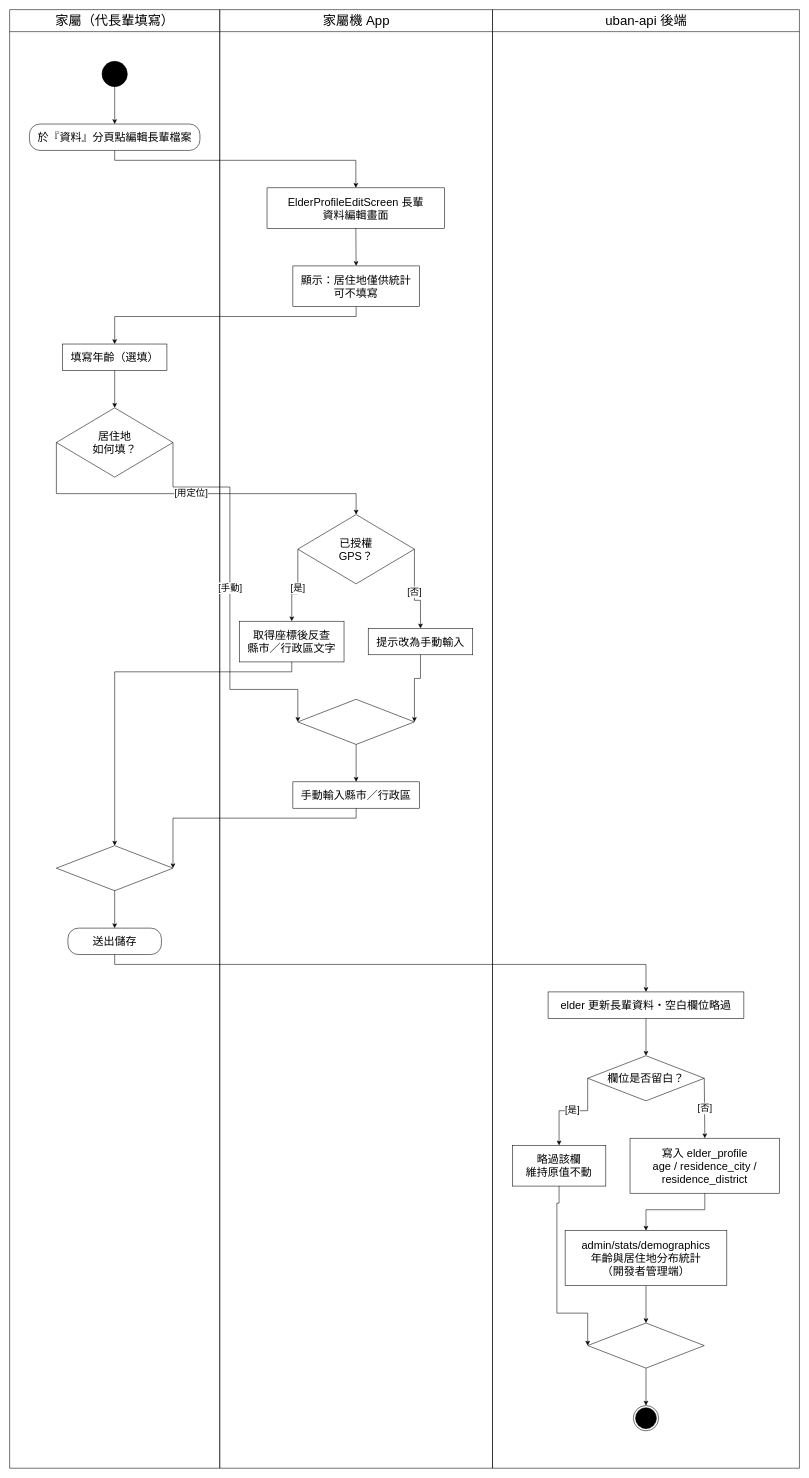
Before: Uban System Documents/drawio圖/A11-個人資料（長輩）.drawio in HuangYu-Kai/Uban, a draw.io diagram. Source tidied: cells renumbered, new cells numbered last; positions are measured from the earlier drawing's top-left corner, leaving out a move shared by most shapes. Both pictures are drawn from the tidied source at 55%, with x=0, y=0 at pixel (9, 9).
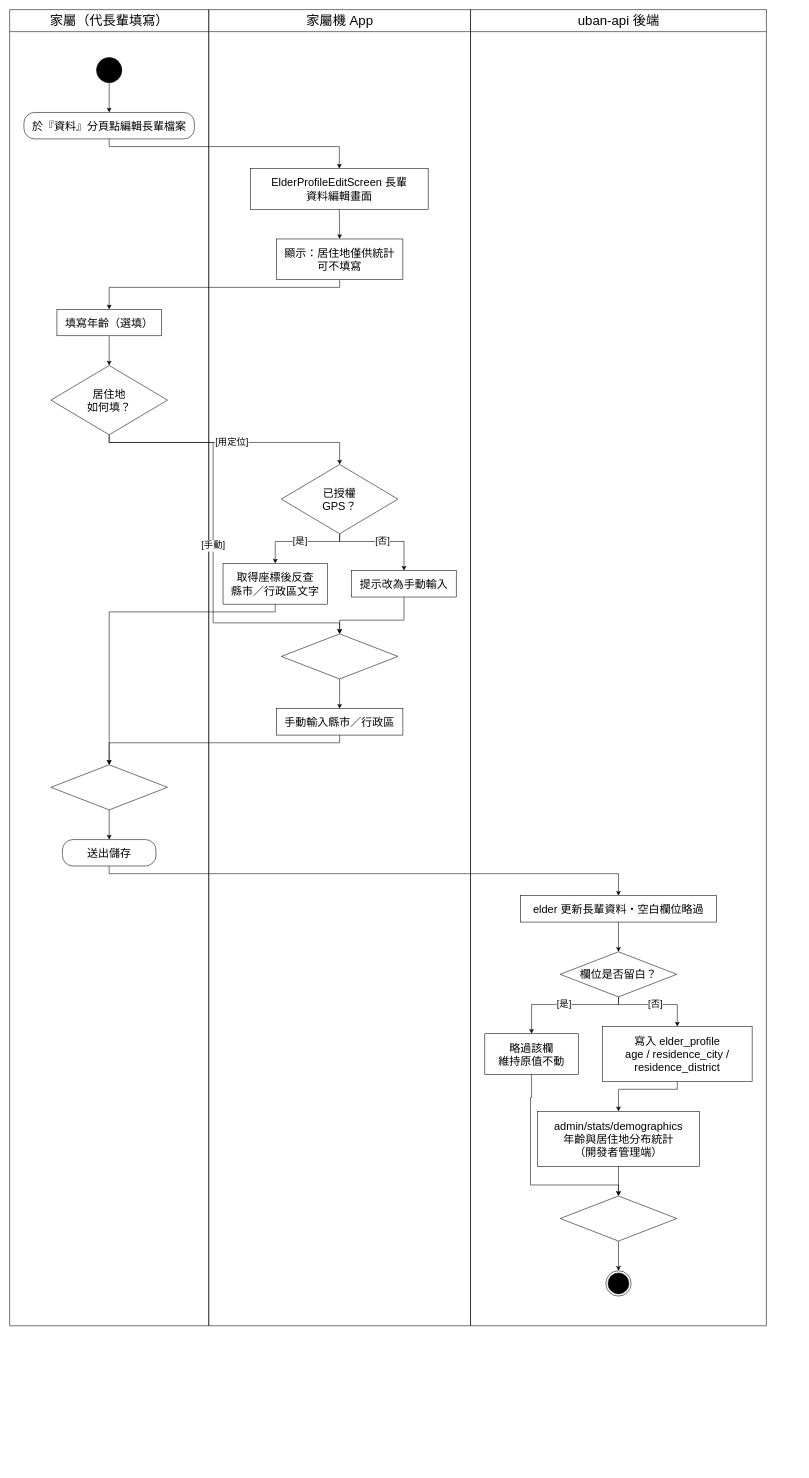
The same page after the edit.

The edit, as a diff of the source:
```diff
@@
     <mxCell id="2" value="家屬（代長輩填寫）" style="swimlane;html=1;horizontal=1;startSize=40;fillColor=none;strokeColor=#000000;fontSize=24;fontColor=#000000;fontStyle=0;swimlaneFillColor=none;" parent="1" vertex="1">
-      <mxGeometry width="382" height="2652" as="geometry" />
+      <mxGeometry width="362" height="2393" as="geometry" />
     </mxCell>
     <mxCell id="3" value="家屬機 App" style="swimlane;html=1;horizontal=1;startSize=40;fillColor=none;strokeColor=#000000;fontSize=24;fontColor=#000000;fontStyle=0;swimlaneFillColor=none;" parent="1" vertex="1">
-      <mxGeometry x="382" width="496" height="2652" as="geometry" />
+      <mxGeometry x="362" width="476" height="2393" as="geometry" />
     </mxCell>
     <mxCell id="4" value="uban-api 後端" style="swimlane;html=1;horizontal=1;startSize=40;fillColor=none;strokeColor=#000000;fontSize=24;fontColor=#000000;fontStyle=0;swimlaneFillColor=none;" parent="1" vertex="1">
-      <mxGeometry x="878" width="558" height="2652" as="geometry" />
+      <mxGeometry x="838" width="538" height="2393" as="geometry" />
     </mxCell>
     <mxCell id="5" style="ellipse;html=1;fillColor=#000000;strokeColor=#000000;" parent="2" vertex="1">
-      <mxGeometry x="168" y="94" width="46" height="46" as="geometry" />
+      <mxGeometry x="158" y="87" width="46" height="46" as="geometry" />
     </mxCell>
     <mxCell id="6" value="於『資料』分頁點編輯長輩檔案" style="rounded=1;arcSize=40;whiteSpace=wrap;html=1;fillColor=#FFFFFF;strokeColor=#000000;fontSize=20;fontColor=#000000;" parent="2" vertex="1">
-      <mxGeometry x="36" y="208" width="310" height="48" as="geometry" />
+      <mxGeometry x="26" y="187" width="310" height="48" as="geometry" />
     </mxCell>
     <mxCell id="7" value="填寫年齡（選填）" style="rounded=0;whiteSpace=wrap;html=1;fillColor=#FFFFFF;strokeColor=#000000;fontSize=20;fontColor=#000000;" parent="2" vertex="1">
-      <mxGeometry x="96" y="608" width="190" height="48" as="geometry" />
+      <mxGeometry x="86" y="545" width="190" height="48" as="geometry" />
     </mxCell>
     <mxCell id="8" value="居住地&lt;br&gt;如何填？" style="rhombus;whiteSpace=wrap;html=1;fillColor=#FFFFFF;strokeColor=#000000;fontSize=20;fontColor=#000000;" parent="2" vertex="1">
-      <mxGeometry x="85" y="724" width="212" height="126" as="geometry" />
+      <mxGeometry x="75" y="647" width="212" height="126" as="geometry" />
     </mxCell>
     <mxCell id="9" value="送出儲存" style="rounded=1;arcSize=40;whiteSpace=wrap;html=1;fillColor=#FFFFFF;strokeColor=#000000;fontSize=20;fontColor=#000000;" parent="2" vertex="1">
-      <mxGeometry x="106" y="1670" width="170" height="48" as="geometry" />
+      <mxGeometry x="96" y="1509" width="170" height="48" as="geometry" />
     </mxCell>
     <mxCell id="10" style="rhombus;whiteSpace=wrap;html=1;fillColor=#FFFFFF;strokeColor=#000000;fontSize=20;fontColor=#000000;" parent="2" vertex="1">
-      <mxGeometry x="85" y="1520" width="212" height="82" as="geometry" />
+      <mxGeometry x="75" y="1373" width="212" height="82" as="geometry" />
     </mxCell>
     <mxCell id="11" value="ElderProfileEditScreen 長輩&lt;br&gt;資料編輯畫面" style="rounded=0;whiteSpace=wrap;html=1;fillColor=#FFFFFF;strokeColor=#000000;fontSize=20;fontColor=#000000;" parent="3" vertex="1">
-      <mxGeometry x="86" y="324" width="323" height="74" as="geometry" />
+      <mxGeometry x="76" y="289" width="323" height="74" as="geometry" />
     </mxCell>
     <mxCell id="12" value="手動輸入縣市／行政區" style="rounded=0;whiteSpace=wrap;html=1;fillColor=#FFFFFF;strokeColor=#000000;fontSize=20;fontColor=#000000;" parent="3" vertex="1">
-      <mxGeometry x="133" y="1404" width="230" height="48" as="geometry" />
+      <mxGeometry x="123" y="1271" width="230" height="48" as="geometry" />
     </mxCell>
     <mxCell id="13" value="已授權&lt;br&gt;GPS？" style="rhombus;whiteSpace=wrap;html=1;fillColor=#FFFFFF;strokeColor=#000000;fontSize=20;fontColor=#000000;" parent="3" vertex="1">
-      <mxGeometry x="142" y="918" width="212" height="126" as="geometry" />
+      <mxGeometry x="132" y="827" width="212" height="126" as="geometry" />
     </mxCell>
     <mxCell id="14" value="取得座標後反查&lt;br&gt;縣市／行政區文字" style="rounded=0;whiteSpace=wrap;html=1;fillColor=#FFFFFF;strokeColor=#000000;fontSize=20;fontColor=#000000;" parent="3" vertex="1">
-      <mxGeometry x="36" y="1112" width="190" height="74" as="geometry" />
+      <mxGeometry x="26" y="1007" width="190" height="74" as="geometry" />
     </mxCell>
     <mxCell id="15" value="提示改為手動輸入" style="rounded=0;whiteSpace=wrap;html=1;fillColor=#FFFFFF;strokeColor=#000000;fontSize=20;fontColor=#000000;" parent="3" vertex="1">
-      <mxGeometry x="270" y="1125" width="190" height="48" as="geometry" />
+      <mxGeometry x="260" y="1020" width="190" height="48" as="geometry" />
     </mxCell>
     <mxCell id="16" value="顯示：居住地僅供統計&lt;br&gt;可不填寫" style="rounded=0;whiteSpace=wrap;html=1;fillColor=#FFFFFF;strokeColor=#000000;fontSize=20;fontColor=#000000;" parent="3" vertex="1">
-      <mxGeometry x="133" y="466" width="230" height="74" as="geometry" />
+      <mxGeometry x="123" y="417" width="230" height="74" as="geometry" />
     </mxCell>
     <mxCell id="17" style="rhombus;whiteSpace=wrap;html=1;fillColor=#FFFFFF;strokeColor=#000000;fontSize=20;fontColor=#000000;" parent="3" vertex="1">
-      <mxGeometry x="142" y="1254" width="212" height="82" as="geometry" />
+      <mxGeometry x="132" y="1135" width="212" height="82" as="geometry" />
     </mxCell>
     <mxCell id="18" value="elder 更新長輩資料・空白欄位略過" style="rounded=0;whiteSpace=wrap;html=1;fillColor=#FFFFFF;strokeColor=#000000;fontSize=20;fontColor=#000000;" parent="4" vertex="1">
-      <mxGeometry x="101" y="1786" width="356" height="48" as="geometry" />
+      <mxGeometry x="91" y="1611" width="356" height="48" as="geometry" />
     </mxCell>
     <mxCell id="19" value="欄位是否留白？" style="rhombus;whiteSpace=wrap;html=1;fillColor=#FFFFFF;strokeColor=#000000;fontSize=20;fontColor=#000000;" parent="4" vertex="1">
-      <mxGeometry x="173" y="1902" width="212" height="82" as="geometry" />
+      <mxGeometry x="163" y="1713" width="212" height="82" as="geometry" />
     </mxCell>
     <mxCell id="20" value="略過該欄&lt;br&gt;維持原值不動" style="rounded=0;whiteSpace=wrap;html=1;fillColor=#FFFFFF;strokeColor=#000000;fontSize=20;fontColor=#000000;" parent="4" vertex="1">
-      <mxGeometry x="36" y="2065" width="170" height="74" as="geometry" />
+      <mxGeometry x="26" y="1862" width="170" height="74" as="geometry" />
     </mxCell>
     <mxCell id="21" value="寫入 elder_profile&lt;br&gt;age / residence_city /&lt;br&gt;residence_district" style="rounded=0;whiteSpace=wrap;html=1;fillColor=#FFFFFF;strokeColor=#000000;fontSize=20;fontColor=#000000;" parent="4" vertex="1">
-      <mxGeometry x="250" y="2052" width="272" height="100" as="geometry" />
+      <mxGeometry x="240" y="1849" width="272" height="100" as="geometry" />
     </mxCell>
     <mxCell id="22" value="admin/stats/demographics&lt;br&gt;年齡與居住地分布統計&lt;br&gt;（開發者管理端）" style="rounded=0;whiteSpace=wrap;html=1;fillColor=#FFFFFF;strokeColor=#000000;fontSize=20;fontColor=#000000;" parent="4" vertex="1">
-      <mxGeometry x="132" y="2220" width="294" height="100" as="geometry" />
+      <mxGeometry x="122" y="2003" width="294" height="100" as="geometry" />
     </mxCell>
     <mxCell id="23" style="rhombus;whiteSpace=wrap;html=1;fillColor=#FFFFFF;strokeColor=#000000;fontSize=20;fontColor=#000000;" parent="4" vertex="1">
-      <mxGeometry x="173" y="2388" width="212" height="82" as="geometry" />
+      <mxGeometry x="163" y="2157" width="212" height="82" as="geometry" />
     </mxCell>
     <mxCell id="24" style="ellipse;html=1;shape=endState;fillColor=#000000;strokeColor=#000000;" parent="4" vertex="1">
-      <mxGeometry x="256" y="2538" width="46" height="46" as="geometry" />
+      <mxGeometry x="246" y="2293" width="46" height="46" as="geometry" />
     </mxCell>
@@
     <mxCell id="26" style="edgeStyle=none;rounded=0;html=1;strokeColor=#000000;fontSize=17;fontColor=#000000;labelBackgroundColor=#FFFFFF;endArrow=classic;endFill=1;exitPerimeter=0;entryPerimeter=0;exitX=0.5;exitY=1;exitDx=0;exitDy=0;entryX=0.5;entryY=0;entryDx=0;entryDy=0;" parent="1" edge="1" source="6" target="11">
       <mxGeometry relative="1" as="geometry">
         <Array as="points">
-          <mxPoint x="191" y="274" />
-          <mxPoint x="629.5" y="274" />
+          <mxPoint x="181" y="249" />
+          <mxPoint x="599.5" y="249" />
         </Array>
       </mxGeometry>
     </mxCell>
@@
     <mxCell id="28" style="edgeStyle=none;rounded=0;html=1;strokeColor=#000000;fontSize=17;fontColor=#000000;labelBackgroundColor=#FFFFFF;endArrow=classic;endFill=1;exitPerimeter=0;entryPerimeter=0;exitX=0.5;exitY=1;exitDx=0;exitDy=0;entryX=0.5;entryY=0;entryDx=0;entryDy=0;" parent="1" edge="1" source="16" target="7">
       <mxGeometry relative="1" as="geometry">
         <Array as="points">
-          <mxPoint x="630" y="558" />
-          <mxPoint x="191" y="558" />
+          <mxPoint x="600" y="505" />
+          <mxPoint x="181" y="505" />
         </Array>
       </mxGeometry>
     </mxCell>
@@
-    <mxCell id="30" value="[手動]" style="edgeStyle=none;rounded=0;html=1;strokeColor=#000000;fontSize=17;fontColor=#000000;labelBackgroundColor=#FFFFFF;endArrow=classic;endFill=1;exitPerimeter=0;entryPerimeter=0;exitX=1;exitY=0.5;exitDx=0;exitDy=0;entryX=0;entryY=0.5;entryDx=0;entryDy=0;" parent="1" edge="1" source="8" target="17">
+    <mxCell id="30" value="[手動]" style="edgeStyle=none;rounded=0;html=1;strokeColor=#000000;fontSize=17;fontColor=#000000;labelBackgroundColor=#FFFFFF;endArrow=classic;endFill=1;exitPerimeter=0;entryPerimeter=0;exitX=0.5;exitY=1;exitDx=0;exitDy=0;entryX=0.5;entryY=0;entryDx=0;entryDy=0;" parent="1" edge="1" source="8" target="17">
       <mxGeometry relative="1" as="geometry">
         <Array as="points">
-          <mxPoint x="297" y="868" />
-          <mxPoint x="400.5" y="868" />
-          <mxPoint x="400.5" y="1236" />
-          <mxPoint x="524" y="1236" />
+          <mxPoint x="181" y="787" />
+          <mxPoint x="370" y="787" />
+          <mxPoint x="370" y="1115" />
+          <mxPoint x="600" y="1115" />
         </Array>
       </mxGeometry>
     </mxCell>
-    <mxCell id="31" style="edgeStyle=none;rounded=0;html=1;strokeColor=#000000;fontSize=17;fontColor=#000000;labelBackgroundColor=#FFFFFF;endArrow=classic;endFill=1;exitPerimeter=0;entryPerimeter=0;exitX=0.5;exitY=1;exitDx=0;exitDy=0;entryX=1;entryY=0.5;entryDx=0;entryDy=0;" parent="1" edge="1" source="12" target="10">
+    <mxCell id="31" style="edgeStyle=none;rounded=0;html=1;strokeColor=#000000;fontSize=17;fontColor=#000000;labelBackgroundColor=#FFFFFF;endArrow=classic;endFill=1;exitPerimeter=0;entryPerimeter=0;exitX=0.5;exitY=1;exitDx=0;exitDy=0;entryX=0.5;entryY=0;entryDx=0;entryDy=0;" parent="1" edge="1" source="12" target="10">
       <mxGeometry relative="1" as="geometry">
         <Array as="points">
-          <mxPoint x="630" y="1470" />
-          <mxPoint x="297" y="1470" />
+          <mxPoint x="600" y="1333" />
+          <mxPoint x="181" y="1333" />
         </Array>
       </mxGeometry>
     </mxCell>
-    <mxCell id="32" value="[用定位]" style="edgeStyle=none;rounded=0;html=1;strokeColor=#000000;fontSize=17;fontColor=#000000;labelBackgroundColor=#FFFFFF;endArrow=classic;endFill=1;exitPerimeter=0;entryPerimeter=0;exitX=0;exitY=0.5;exitDx=0;exitDy=0;entryX=0.5;entryY=0;entryDx=0;entryDy=0;" parent="1" edge="1" source="8" target="13">
+    <mxCell id="32" value="[用定位]" style="edgeStyle=none;rounded=0;html=1;strokeColor=#000000;fontSize=17;fontColor=#000000;labelBackgroundColor=#FFFFFF;endArrow=classic;endFill=1;exitPerimeter=0;entryPerimeter=0;exitX=0.5;exitY=1;exitDx=0;exitDy=0;entryX=0.5;entryY=0;entryDx=0;entryDy=0;" parent="1" edge="1" source="8" target="13">
       <mxGeometry relative="1" as="geometry">
         <Array as="points">
-          <mxPoint x="85" y="880" />
-          <mxPoint x="630" y="880" />
+          <mxPoint x="181" y="787" />
+          <mxPoint x="600" y="787" />
         </Array>
       </mxGeometry>
     </mxCell>
-    <mxCell id="33" value="[是]" style="edgeStyle=none;rounded=0;html=1;strokeColor=#000000;fontSize=17;fontColor=#000000;labelBackgroundColor=#FFFFFF;endArrow=classic;endFill=1;exitPerimeter=0;entryPerimeter=0;exitX=0;exitY=0.5;exitDx=0;exitDy=0;entryX=0.5;entryY=0;entryDx=0;entryDy=0;" parent="1" edge="1" source="13" target="14">
+    <mxCell id="33" value="[是]" style="edgeStyle=none;rounded=0;html=1;strokeColor=#000000;fontSize=17;fontColor=#000000;labelBackgroundColor=#FFFFFF;endArrow=classic;endFill=1;exitPerimeter=0;entryPerimeter=0;exitX=0.5;exitY=1;exitDx=0;exitDy=0;entryX=0.5;entryY=0;entryDx=0;entryDy=0;" parent="1" edge="1" source="13" target="14">
       <mxGeometry relative="1" as="geometry">
         <Array as="points">
-          <mxPoint x="524" y="1062" />
-          <mxPoint x="513" y="1062" />
+          <mxPoint x="600" y="967" />
+          <mxPoint x="483" y="967" />
         </Array>
       </mxGeometry>
     </mxCell>
     <mxCell id="34" style="edgeStyle=none;rounded=0;html=1;strokeColor=#000000;fontSize=17;fontColor=#000000;labelBackgroundColor=#FFFFFF;endArrow=classic;endFill=1;exitPerimeter=0;entryPerimeter=0;exitX=0.5;exitY=1;exitDx=0;exitDy=0;entryX=0.5;entryY=0;entryDx=0;entryDy=0;" parent="1" edge="1" source="14" target="10">
       <mxGeometry relative="1" as="geometry">
         <Array as="points">
-          <mxPoint x="513" y="1204" />
-          <mxPoint x="191" y="1204" />
+          <mxPoint x="483" y="1095" />
+          <mxPoint x="181" y="1095" />
         </Array>
       </mxGeometry>
     </mxCell>
-    <mxCell id="35" value="[否]" style="edgeStyle=none;rounded=0;html=1;strokeColor=#000000;fontSize=17;fontColor=#000000;labelBackgroundColor=#FFFFFF;endArrow=classic;endFill=1;exitPerimeter=0;entryPerimeter=0;exitX=1;exitY=0.5;exitDx=0;exitDy=0;entryX=0.5;entryY=0;entryDx=0;entryDy=0;" parent="1" edge="1" source="13" target="15">
+    <mxCell id="35" value="[否]" style="edgeStyle=none;rounded=0;html=1;strokeColor=#000000;fontSize=17;fontColor=#000000;labelBackgroundColor=#FFFFFF;endArrow=classic;endFill=1;exitPerimeter=0;entryPerimeter=0;exitX=0.5;exitY=1;exitDx=0;exitDy=0;entryX=0.5;entryY=0;entryDx=0;entryDy=0;" parent="1" edge="1" source="13" target="15">
       <mxGeometry relative="1" as="geometry">
         <Array as="points">
-          <mxPoint x="736" y="1074" />
-          <mxPoint x="747" y="1074" />
+          <mxPoint x="600" y="967" />
+          <mxPoint x="717" y="967" />
         </Array>
       </mxGeometry>
     </mxCell>
-    <mxCell id="36" style="edgeStyle=none;rounded=0;html=1;strokeColor=#000000;fontSize=17;fontColor=#000000;labelBackgroundColor=#FFFFFF;endArrow=classic;endFill=1;exitPerimeter=0;entryPerimeter=0;exitX=0.5;exitY=1;exitDx=0;exitDy=0;entryX=1;entryY=0.5;entryDx=0;entryDy=0;" parent="1" edge="1" source="15" target="17">
+    <mxCell id="36" style="edgeStyle=none;rounded=0;html=1;strokeColor=#000000;fontSize=17;fontColor=#000000;labelBackgroundColor=#FFFFFF;endArrow=classic;endFill=1;exitPerimeter=0;entryPerimeter=0;exitX=0.5;exitY=1;exitDx=0;exitDy=0;entryX=0.5;entryY=0;entryDx=0;entryDy=0;" parent="1" edge="1" source="15" target="17">
       <mxGeometry relative="1" as="geometry">
         <Array as="points">
-          <mxPoint x="747" y="1216" />
-          <mxPoint x="736" y="1216" />
+          <mxPoint x="717" y="1110" />
+          <mxPoint x="600" y="1110" />
         </Array>
       </mxGeometry>
     </mxCell>
     <mxCell id="37" style="edgeStyle=none;rounded=0;html=1;strokeColor=#000000;fontSize=17;fontColor=#000000;labelBackgroundColor=#FFFFFF;endArrow=classic;endFill=1;exitPerimeter=0;entryPerimeter=0;exitX=0.5;exitY=1;exitDx=0;exitDy=0;entryX=0.5;entryY=0;entryDx=0;entryDy=0;" parent="1" edge="1" source="9" target="18">
       <mxGeometry relative="1" as="geometry">
         <Array as="points">
-          <mxPoint x="191" y="1736" />
-          <mxPoint x="1157" y="1736" />
+          <mxPoint x="181" y="1571" />
+          <mxPoint x="1107" y="1571" />
         </Array>
       </mxGeometry>
     </mxCell>
@@
-    <mxCell id="39" value="[是]" style="edgeStyle=none;rounded=0;html=1;strokeColor=#000000;fontSize=17;fontColor=#000000;labelBackgroundColor=#FFFFFF;endArrow=classic;endFill=1;exitPerimeter=0;entryPerimeter=0;exitX=0;exitY=0.5;exitDx=0;exitDy=0;entryX=0.5;entryY=0;entryDx=0;entryDy=0;" parent="1" edge="1" source="19" target="20">
+    <mxCell id="39" value="[是]" style="edgeStyle=none;rounded=0;html=1;strokeColor=#000000;fontSize=17;fontColor=#000000;labelBackgroundColor=#FFFFFF;endArrow=classic;endFill=1;exitPerimeter=0;entryPerimeter=0;exitX=0.5;exitY=1;exitDx=0;exitDy=0;entryX=0.5;entryY=0;entryDx=0;entryDy=0;" parent="1" edge="1" source="19" target="20">
       <mxGeometry relative="1" as="geometry">
         <Array as="points">
-          <mxPoint x="1051" y="2002" />
-          <mxPoint x="999" y="2002" />
+          <mxPoint x="1107" y="1809" />
+          <mxPoint x="949" y="1809" />
         </Array>
       </mxGeometry>
     </mxCell>
-    <mxCell id="40" value="[否]" style="edgeStyle=none;rounded=0;html=1;strokeColor=#000000;fontSize=17;fontColor=#000000;labelBackgroundColor=#FFFFFF;endArrow=classic;endFill=1;exitPerimeter=0;entryPerimeter=0;exitX=1;exitY=0.5;exitDx=0;exitDy=0;entryX=0.5;entryY=0;entryDx=0;entryDy=0;" parent="1" edge="1" source="19" target="21">
-      <mxGeometry relative="1" as="geometry" />
+    <mxCell id="40" value="[否]" style="edgeStyle=none;rounded=0;html=1;strokeColor=#000000;fontSize=17;fontColor=#000000;labelBackgroundColor=#FFFFFF;endArrow=classic;endFill=1;exitPerimeter=0;entryPerimeter=0;exitX=0.5;exitY=1;exitDx=0;exitDy=0;entryX=0.5;entryY=0;entryDx=0;entryDy=0;" parent="1" edge="1" source="19" target="21">
+      <mxGeometry relative="1" as="geometry">
+        <Array as="points">
+          <mxPoint x="1107" y="1809" />
+          <mxPoint x="1214" y="1809" />
+        </Array>
+      </mxGeometry>
     </mxCell>
     <mxCell id="41" style="edgeStyle=none;rounded=0;html=1;strokeColor=#000000;fontSize=17;fontColor=#000000;labelBackgroundColor=#FFFFFF;endArrow=classic;endFill=1;exitPerimeter=0;entryPerimeter=0;exitX=0.5;exitY=1;exitDx=0;exitDy=0;entryX=0.5;entryY=0;entryDx=0;entryDy=0;" parent="1" edge="1" source="21" target="22">
       <mxGeometry relative="1" as="geometry">
         <Array as="points">
-          <mxPoint x="1264" y="2182" />
-          <mxPoint x="1157" y="2182" />
+          <mxPoint x="1214" y="1963" />
+          <mxPoint x="1107" y="1963" />
         </Array>
       </mxGeometry>
     </mxCell>
-    <mxCell id="42" style="edgeStyle=none;rounded=0;html=1;strokeColor=#000000;fontSize=17;fontColor=#000000;labelBackgroundColor=#FFFFFF;endArrow=classic;endFill=1;exitPerimeter=0;entryPerimeter=0;exitX=0.5;exitY=1;exitDx=0;exitDy=0;entryX=0;entryY=0.5;entryDx=0;entryDy=0;" parent="1" edge="1" source="20" target="23">
+    <mxCell id="42" style="edgeStyle=none;rounded=0;html=1;strokeColor=#000000;fontSize=17;fontColor=#000000;labelBackgroundColor=#FFFFFF;endArrow=classic;endFill=1;exitPerimeter=0;entryPerimeter=0;exitX=0.5;exitY=1;exitDx=0;exitDy=0;entryX=0.5;entryY=0;entryDx=0;entryDy=0;" parent="1" edge="1" source="20" target="23">
       <mxGeometry relative="1" as="geometry">
         <Array as="points">
-          <mxPoint x="999" y="2170" />
-          <mxPoint x="995" y="2170" />
-          <mxPoint x="995" y="2370" />
-          <mxPoint x="1051" y="2370" />
+          <mxPoint x="949" y="1978" />
+          <mxPoint x="947" y="1978" />
+          <mxPoint x="947" y="2137" />
+          <mxPoint x="1107" y="2137" />
         </Array>
       </mxGeometry>
     </mxCell>
```
